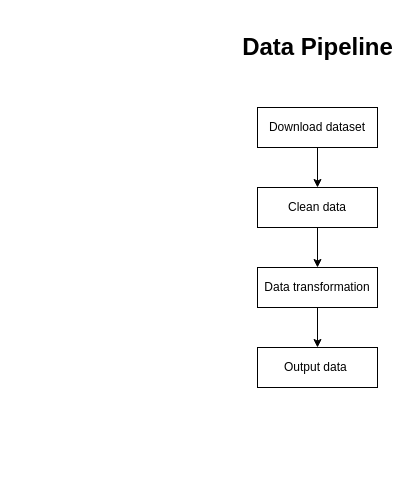
This is docs/pipeline.drawio from ZOulhadj/Data-Engineering, a draw.io file, before an edit. Source tidied: cells renumbered, new cells numbered last; positions are measured from the earlier drawing's top-left corner, leaving out a move shared by most shapes. Both pictures are drawn from the tidied source at 100%, with x=0, y=0 at pixel (235, 27).
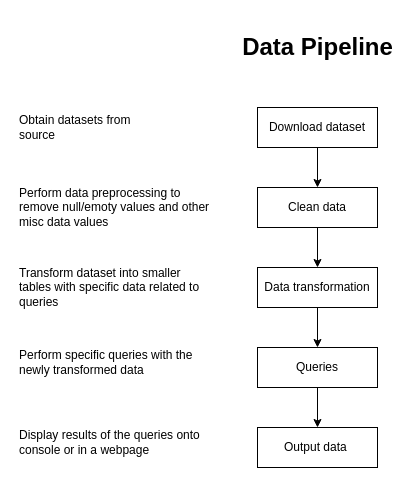
After the change.

Commit message:
Created a more detailed data pipeline graph.

Change to the diagram source:
```diff
@@
 <mxGraphModel>
   <root>
     <mxCell id="0" />
     <mxCell id="1" parent="0" />
     <mxCell id="2" value="Download dataset" style="rounded=0;whiteSpace=wrap;html=1;" parent="1" vertex="1">
       <mxGeometry x="22" y="80" width="120" height="40" as="geometry" />
     </mxCell>
     <mxCell id="3" value="Clean data" style="rounded=0;whiteSpace=wrap;html=1;" parent="1" vertex="1">
       <mxGeometry x="22" y="160" width="120" height="40" as="geometry" />
     </mxCell>
     <mxCell id="4" value="Output data&amp;nbsp;" style="rounded=0;whiteSpace=wrap;html=1;" parent="1" vertex="1">
-      <mxGeometry x="22" y="320" width="120" height="40" as="geometry" />
+      <mxGeometry x="22" y="400" width="120" height="40" as="geometry" />
     </mxCell>
     <mxCell id="5" style="endArrow=classic;html=1;rounded=0;exitX=0.5;exitY=1;exitDx=0;exitDy=0;entryX=0.5;entryY=0;entryDx=0;entryDy=0;" parent="1" edge="1" source="2" target="3">
       <mxGeometry relative="1" as="geometry" />
     </mxCell>
+    <mxCell id="10" style="edgeStyle=none;html=1;exitX=0.5;exitY=1;exitDx=0;exitDy=0;entryX=0.5;entryY=0;entryDx=0;entryDy=0;" parent="1" edge="1" source="6" target="15">
+      <mxGeometry relative="1" as="geometry" />
+    </mxCell>
     <mxCell id="6" value="Data transformation" style="rounded=0;whiteSpace=wrap;html=1;" parent="1" vertex="1">
       <mxGeometry x="22" y="240" width="120" height="40" as="geometry" />
     </mxCell>
     <mxCell id="7" style="endArrow=classic;html=1;rounded=0;exitX=0.5;exitY=1;exitDx=0;exitDy=0;entryX=0.5;entryY=0;entryDx=0;entryDy=0;" parent="1" edge="1" source="3" target="6">
       <mxGeometry relative="1" as="geometry" />
     </mxCell>
-    <mxCell id="8" style="endArrow=classic;html=1;rounded=0;exitX=0.5;exitY=1;exitDx=0;exitDy=0;entryX=0.5;entryY=0;entryDx=0;entryDy=0;" parent="1" edge="1" source="6" target="4">
-      <mxGeometry relative="1" as="geometry" />
-    </mxCell>
     <mxCell id="9" value="&lt;h1&gt;Data Pipeline&lt;/h1&gt;" style="text;html=1;strokeColor=none;fillColor=none;spacing=5;spacingTop=-20;whiteSpace=wrap;overflow=hidden;rounded=0;align=center;" parent="1" vertex="1">
       <mxGeometry x="-0.5" width="165" height="40" as="geometry" />
     </mxCell>
+    <mxCell id="11" value="Obtain datasets from source" style="text;html=1;strokeColor=none;fillColor=none;align=left;verticalAlign=middle;whiteSpace=wrap;rounded=0;" parent="1" vertex="1">
+      <mxGeometry x="-218" y="85" width="150" height="30" as="geometry" />
+    </mxCell>
+    <mxCell id="12" value="Perform data preprocessing to remove null/emoty values and other misc data values" style="text;html=1;strokeColor=none;fillColor=none;align=left;verticalAlign=middle;whiteSpace=wrap;rounded=0;" parent="1" vertex="1">
+      <mxGeometry x="-218" y="165" width="197.5" height="30" as="geometry" />
+    </mxCell>
+    <mxCell id="13" value="Transform dataset into smaller tables with specific data related to queries&amp;nbsp;" style="text;html=1;strokeColor=none;fillColor=none;align=left;verticalAlign=middle;whiteSpace=wrap;rounded=0;" parent="1" vertex="1">
+      <mxGeometry x="-218" y="245" width="197.5" height="30" as="geometry" />
+    </mxCell>
+    <mxCell id="14" style="edgeStyle=none;html=1;exitX=0.5;exitY=1;exitDx=0;exitDy=0;entryX=0.5;entryY=0;entryDx=0;entryDy=0;" parent="1" edge="1" source="15" target="4">
+      <mxGeometry relative="1" as="geometry" />
+    </mxCell>
+    <mxCell id="15" value="Queries" style="rounded=0;whiteSpace=wrap;html=1;" parent="1" vertex="1">
+      <mxGeometry x="22" y="320" width="120" height="40" as="geometry" />
+    </mxCell>
+    <mxCell id="16" value="Perform specific queries with the newly transformed data" style="text;html=1;strokeColor=none;fillColor=none;align=left;verticalAlign=middle;whiteSpace=wrap;rounded=0;" parent="1" vertex="1">
+      <mxGeometry x="-218" y="320" width="197.5" height="30" as="geometry" />
+    </mxCell>
+    <mxCell id="17" value="Display results of the queries onto console or in a webpage" style="text;html=1;strokeColor=none;fillColor=none;align=left;verticalAlign=middle;whiteSpace=wrap;rounded=0;" parent="1" vertex="1">
+      <mxGeometry x="-218" y="400" width="197.5" height="30" as="geometry" />
+    </mxCell>
   </root>
 </mxGraphModel>
```
